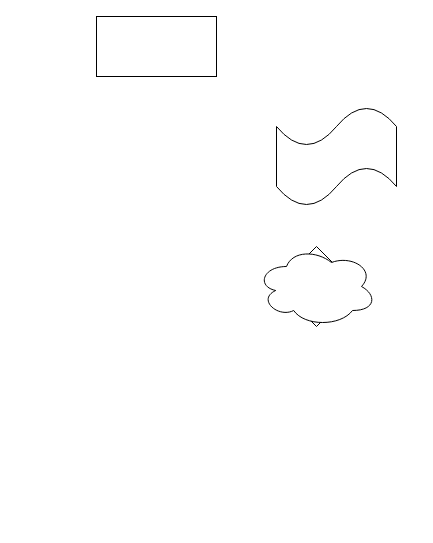
xuanxuan2016/gitstudy keeps this draw.io diagram as Untitled Diagram.drawio. Above is the earlier version. Source tidied: cells renumbered, new cells numbered last; positions are measured from the earlier drawing's top-left corner, leaving out a move shared by most shapes. Both pictures are drawn from the tidied source at 100%, with x=0, y=0 at pixel (96, 16).
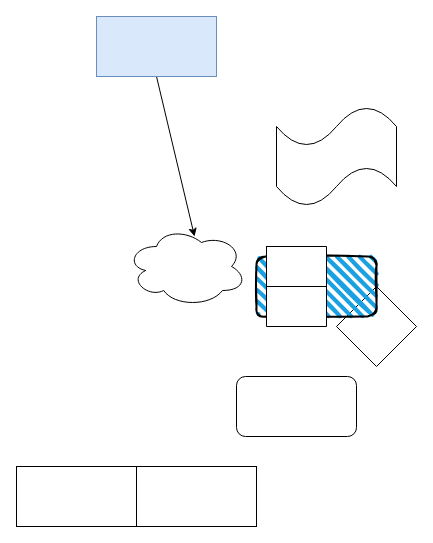
Above is the later version.

Diff of the diagram source:
```diff
@@
 <mxGraphModel>
   <root>
     <mxCell id="0" />
     <mxCell id="1" parent="0" />
+    <mxCell id="6" style="edgeStyle=none;rounded=0;jettySize=auto;html=1;exitX=0.5;exitY=1;exitDx=0;exitDy=0;entryX=0.567;entryY=0.125;entryDx=0;entryDy=0;entryPerimeter=0;" parent="1" edge="1" source="2" target="4">
+      <mxGeometry relative="1" as="geometry" />
+    </mxCell>
-    <mxCell id="2" style="rounded=0;whiteSpace=wrap;html=1;" parent="1" vertex="1">
+    <mxCell id="2" style="rounded=0;whiteSpace=wrap;html=1;fillColor=#dae8fc;strokeColor=#6c8ebf;" parent="1" vertex="1">
       <mxGeometry width="120" height="60" as="geometry" />
     </mxCell>
     <mxCell id="3" style="rhombus;whiteSpace=wrap;html=1;" parent="1" vertex="1">
-      <mxGeometry x="180" y="230" width="80" height="80" as="geometry" />
+      <mxGeometry x="240" y="270" width="80" height="80" as="geometry" />
     </mxCell>
     <mxCell id="4" style="ellipse;shape=cloud;whiteSpace=wrap;html=1;" parent="1" vertex="1">
-      <mxGeometry x="160" y="230" width="120" height="80" as="geometry" />
+      <mxGeometry x="30" y="210" width="120" height="80" as="geometry" />
     </mxCell>
     <mxCell id="5" style="shape=tape;whiteSpace=wrap;html=1;" parent="1" vertex="1">
       <mxGeometry x="180" y="90" width="120" height="100" as="geometry" />
     </mxCell>
+    <mxCell id="7" style="rounded=1;whiteSpace=wrap;html=1;strokeWidth=2;fillWeight=4;hachureGap=8;hachureAngle=45;fillColor=#1ba1e2;sketch=1;" parent="1" vertex="1">
+      <mxGeometry x="160" y="240" width="120" height="60" as="geometry" />
+    </mxCell>
+    <mxCell id="8" style="rounded=1;whiteSpace=wrap;html=1;" parent="1" vertex="1">
+      <mxGeometry x="140" y="360" width="120" height="60" as="geometry" />
+    </mxCell>
+    <mxCell id="9" style="rounded=0;whiteSpace=wrap;html=1;" parent="1" vertex="1">
+      <mxGeometry x="-80" y="450" width="120" height="60" as="geometry" />
+    </mxCell>
+    <mxCell id="10" style="rounded=0;whiteSpace=wrap;html=1;" parent="1" vertex="1">
+      <mxGeometry x="40" y="450" width="120" height="60" as="geometry" />
+    </mxCell>
+    <mxCell id="11" style="shape=table;html=1;whiteSpace=wrap;startSize=0;childLayout=tableLayout;" parent="1" vertex="1">
+      <mxGeometry x="170" y="230" width="60" height="80" as="geometry" />
+    </mxCell>
+    <mxCell id="12" style="shape=partialRectangle;html=1;whiteSpace=wrap;fillColor=none;top=0;left=0;bottom=0;right=0;" parent="11" vertex="1">
+      <mxGeometry width="60" height="40" as="geometry" />
+    </mxCell>
+    <mxCell id="13" style="shape=partialRectangle;html=1;whiteSpace=wrap;overflow=hidden;fillColor=none;top=0;left=0;bottom=0;right=0;" parent="12" vertex="1">
+      <mxGeometry width="60" height="40" as="geometry" />
+    </mxCell>
+    <mxCell id="14" style="shape=partialRectangle;html=1;whiteSpace=wrap;fillColor=none;top=0;left=0;bottom=0;right=0;" parent="11" vertex="1">
+      <mxGeometry y="40" width="60" height="40" as="geometry" />
+    </mxCell>
+    <mxCell id="15" style="shape=partialRectangle;html=1;whiteSpace=wrap;overflow=hidden;fillColor=none;top=0;left=0;bottom=0;right=0;" parent="14" vertex="1">
+      <mxGeometry width="60" height="40" as="geometry" />
+    </mxCell>
   </root>
 </mxGraphModel>
```
